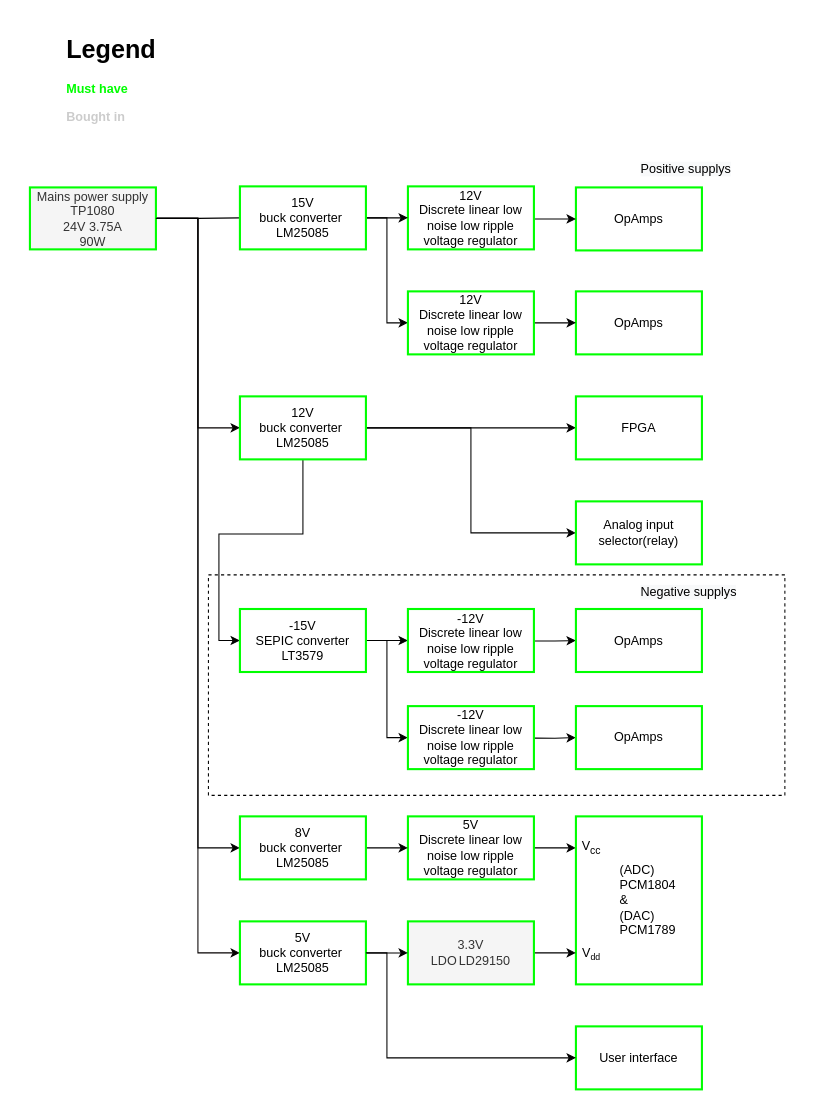
Before: Block diagrams/System design/Power supply.drawio in HeinVerhallen/Audio-DSP, a draw.io diagram. Source tidied: cells renumbered, new cells numbered last; positions are measured from the earlier drawing's top-left corner, leaving out a move shared by most shapes. Both pictures are drawn from the tidied source at 105%, with x=0, y=0 at pixel (29, 28).
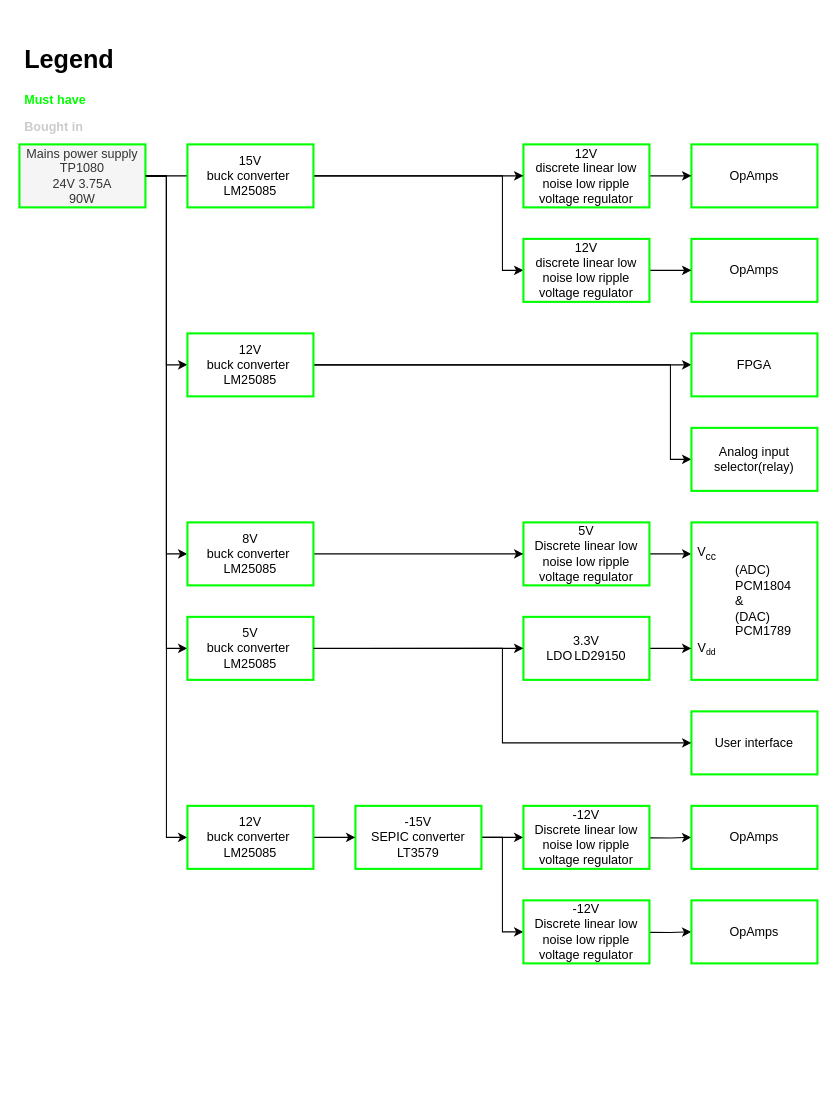
After the change.

What changed in the source:
```diff
@@
-    <mxCell id="2" style="rounded=0;whiteSpace=wrap;html=1;dashed=1;fillColor=none;" parent="1" vertex="1">
-      <mxGeometry x="170" y="520" width="549" height="210" as="geometry" />
-    </mxCell>
-    <mxCell id="3" style="edgeStyle=orthogonalEdgeStyle;rounded=0;jettySize=auto;html=1;entryX=0;entryY=0.5;entryDx=0;entryDy=0;strokeColor=#050001;fontColor=default;" parent="1" edge="1" source="6" target="13">
+    <mxCell id="3" style="edgeStyle=orthogonalEdgeStyle;rounded=0;jettySize=auto;html=1;entryX=0;entryY=0.5;entryDx=0;entryDy=0;strokeColor=#050001;fontColor=default;exitX=1;exitY=0.5;exitDx=0;exitDy=0;" parent="1" edge="1" source="6" target="13">
       <mxGeometry relative="1" as="geometry">
         <Array as="points">
-          <mxPoint x="160" y="181" />
-          <mxPoint x="160" y="380" />
+          <mxPoint x="130" y="140" />
+          <mxPoint x="130" y="320" />
         </Array>
       </mxGeometry>
     </mxCell>
     <mxCell id="4" style="edgeStyle=orthogonalEdgeStyle;rounded=0;jettySize=auto;html=1;entryX=0;entryY=0.5;entryDx=0;entryDy=0;strokeColor=#050001;fontColor=default;" parent="1" edge="1" source="6" target="34">
       <mxGeometry relative="1" as="geometry">
         <Array as="points">
-          <mxPoint x="160" y="180" />
-          <mxPoint x="160" y="880" />
+          <mxPoint x="130" y="140" />
+          <mxPoint x="130" y="590" />
         </Array>
       </mxGeometry>
     </mxCell>
-    <mxCell id="5" style="edgeStyle=orthogonalEdgeStyle;rounded=0;jettySize=auto;html=1;entryX=0;entryY=0.5;entryDx=0;entryDy=0;" parent="1" edge="1" source="6" target="33">
+    <mxCell id="5" style="edgeStyle=orthogonalEdgeStyle;rounded=0;jettySize=auto;html=1;entryX=0;entryY=0.5;entryDx=0;entryDy=0;" parent="1" edge="1" target="33">
       <mxGeometry relative="1" as="geometry">
+        <mxPoint x="110" y="140" as="sourcePoint" />
         <Array as="points">
-          <mxPoint x="160" y="180" />
-          <mxPoint x="160" y="780" />
+          <mxPoint x="130" y="140" />
+          <mxPoint x="130" y="500" />
         </Array>
       </mxGeometry>
     </mxCell>
+    <mxCell id="50" style="edgeStyle=orthogonalEdgeStyle;rounded=0;jettySize=auto;html=1;exitX=1;exitY=0.5;exitDx=0;exitDy=0;entryX=0;entryY=0.5;entryDx=0;entryDy=0;" parent="1" edge="1" source="6" target="52">
+      <mxGeometry relative="1" as="geometry">
+        <Array as="points">
+          <mxPoint x="130" y="140" />
+          <mxPoint x="130" y="770" />
+        </Array>
+      </mxGeometry>
+    </mxCell>
     <mxCell id="6" value="Mains power supply&lt;br&gt;TP1080&lt;br&gt;24V 3.75A&lt;br&gt;90W" style="rounded=0;whiteSpace=wrap;html=1;strokeColor=#00FF00;strokeWidth=2;fillColor=#f5f5f5;fontColor=#333333;" parent="1" vertex="1">
-      <mxGeometry y="151" width="120" height="59" as="geometry" />
+      <mxGeometry x="-10" y="110" width="120" height="60" as="geometry" />
     </mxCell>
     <mxCell id="7" value="OpAmps" style="rounded=0;whiteSpace=wrap;html=1;strokeColor=#00FF00;strokeWidth=2;" parent="1" vertex="1">
-      <mxGeometry x="520" y="151" width="120" height="60" as="geometry" />
+      <mxGeometry x="630" y="110" width="120" height="60" as="geometry" />
     </mxCell>
@@
     <mxCell id="9" value="5V &lt;br&gt;Discrete linear low noise low ripple voltage regulator" style="rounded=0;whiteSpace=wrap;html=1;strokeColor=#00FF00;strokeWidth=2;" parent="1" vertex="1">
-      <mxGeometry x="360" y="750" width="120" height="60" as="geometry" />
+      <mxGeometry x="470" y="470" width="120" height="60" as="geometry" />
     </mxCell>
@@
     <mxCell id="11" style="edgeStyle=orthogonalEdgeStyle;rounded=0;jettySize=auto;html=1;entryX=0;entryY=0.5;entryDx=0;entryDy=0;" parent="1" edge="1" source="13" target="16">
-      <mxGeometry relative="1" as="geometry" />
+      <mxGeometry relative="1" as="geometry">
+        <Array as="points">
+          <mxPoint x="610" y="320" />
+          <mxPoint x="610" y="410" />
+        </Array>
+      </mxGeometry>
     </mxCell>
-    <mxCell id="12" style="edgeStyle=orthogonalEdgeStyle;rounded=0;jettySize=auto;html=1;entryX=0;entryY=0.5;entryDx=0;entryDy=0;" parent="1" edge="1" source="13" target="39">
-      <mxGeometry relative="1" as="geometry">
-        <Array as="points">
-          <mxPoint x="260" y="481" />
-          <mxPoint x="180" y="481" />
-          <mxPoint x="180" y="582" />
-        </Array>
-      </mxGeometry>
-    </mxCell>
     <mxCell id="13" value="12V &lt;br&gt;buck converter&amp;nbsp; LM25085" style="rounded=0;whiteSpace=wrap;html=1;strokeColor=#00FF00;strokeWidth=2;" parent="1" vertex="1">
-      <mxGeometry x="200" y="350" width="120" height="60" as="geometry" />
+      <mxGeometry x="150" y="290" width="120" height="60" as="geometry" />
     </mxCell>
     <mxCell id="14" value="FPGA" style="rounded=0;whiteSpace=wrap;html=1;strokeColor=#00FF00;strokeWidth=2;" parent="1" vertex="1">
-      <mxGeometry x="520" y="350" width="120" height="60" as="geometry" />
+      <mxGeometry x="630" y="290" width="120" height="60" as="geometry" />
     </mxCell>
     <mxCell id="15" value="User interface" style="rounded=0;whiteSpace=wrap;html=1;strokeColor=#00FF00;strokeWidth=2;" parent="1" vertex="1">
-      <mxGeometry x="520" y="950" width="120" height="60" as="geometry" />
+      <mxGeometry x="630" y="650" width="120" height="60" as="geometry" />
     </mxCell>
     <mxCell id="16" value="Analog input selector(relay)" style="rounded=0;whiteSpace=wrap;html=1;strokeColor=#00FF00;strokeWidth=2;" parent="1" vertex="1">
-      <mxGeometry x="520" y="450" width="120" height="60" as="geometry" />
+      <mxGeometry x="630" y="380" width="120" height="60" as="geometry" />
     </mxCell>
@@
     <mxCell id="19" value="OpAmps" style="rounded=0;whiteSpace=wrap;html=1;strokeColor=#00FF00;strokeWidth=2;" parent="1" vertex="1">
-      <mxGeometry x="520" y="552.5" width="120" height="60" as="geometry" />
+      <mxGeometry x="630" y="740" width="120" height="60" as="geometry" />
     </mxCell>
-    <mxCell id="20" value="&lt;span style=&quot;color: rgb(0 , 0 , 0) ; font-family: &amp;#34;helvetica&amp;#34; ; font-size: 12px ; font-style: normal ; font-weight: 400 ; letter-spacing: normal ; text-align: center ; text-indent: 0px ; text-transform: none ; word-spacing: 0px ; background-color: rgb(248 , 249 , 250) ; display: inline ; float: none&quot;&gt;Positive supplys&lt;/span&gt;" style="text;whiteSpace=wrap;html=1;strokeColor=none;strokeWidth=2;dashed=1;dashPattern=1 4;" parent="1" vertex="1">
-      <mxGeometry x="580" y="120" width="110" height="30" as="geometry" />
-    </mxCell>
-    <mxCell id="21" value="&lt;span style=&quot;color: rgb(0 , 0 , 0) ; font-family: &amp;#34;helvetica&amp;#34; ; font-size: 12px ; font-style: normal ; font-weight: 400 ; letter-spacing: normal ; text-align: center ; text-indent: 0px ; text-transform: none ; word-spacing: 0px ; background-color: rgb(248 , 249 , 250) ; display: inline ; float: none&quot;&gt;Negative supplys&lt;/span&gt;" style="text;whiteSpace=wrap;html=1;strokeColor=none;strokeWidth=1;dashed=1;" parent="1" vertex="1">
-      <mxGeometry x="580" y="522.5" width="110" height="30" as="geometry" />
-    </mxCell>
     <mxCell id="22" value="&lt;blockquote style=&quot;margin: 0 0 0 40px; border: none; padding: 0px;&quot;&gt;&lt;p style=&quot;line-height: 120%;&quot;&gt;(ADC) PCM1804 &lt;br&gt;&amp;amp; &lt;br&gt;(DAC) PCM1789&lt;/p&gt;&lt;/blockquote&gt;" style="rounded=0;whiteSpace=wrap;html=1;shadow=0;fillColor=none;align=left;strokeColor=#00FF00;strokeWidth=2;" parent="1" vertex="1">
-      <mxGeometry x="520" y="750" width="120" height="160" as="geometry" />
+      <mxGeometry x="630" y="470" width="120" height="150" as="geometry" />
     </mxCell>
     <mxCell id="23" value="V&lt;sub&gt;cc&lt;/sub&gt;" style="rounded=0;whiteSpace=wrap;html=1;shadow=0;dashed=1;fontColor=#000000;fillColor=none;strokeColor=none;strokeWidth=2;" parent="1" vertex="1">
-      <mxGeometry x="520" y="757.5" width="30" height="45" as="geometry" />
+      <mxGeometry x="630" y="477.5" width="30" height="45" as="geometry" />
     </mxCell>
@@
-    <mxCell id="25" value="3.3V &lt;br&gt;LDO&lt;span style=&quot;white-space: pre;&quot;&gt;&#9;&lt;/span&gt;LD29150" style="rounded=0;whiteSpace=wrap;html=1;strokeColor=#00FF00;strokeWidth=2;fillColor=#f5f5f5;fontColor=#333333;" parent="1" vertex="1">
-      <mxGeometry x="360" y="850" width="120" height="60" as="geometry" />
+    <mxCell id="25" value="3.3V &lt;br&gt;LDO&lt;span style=&quot;white-space: pre;&quot;&gt;&#9;&lt;/span&gt;LD29150" style="rounded=0;whiteSpace=wrap;html=1;strokeWidth=2;strokeColor=#00FF00;" parent="1" vertex="1">
+      <mxGeometry x="470" y="560" width="120" height="60" as="geometry" />
     </mxCell>
     <mxCell id="26" style="edgeStyle=orthogonalEdgeStyle;rounded=0;orthogonalLoop=1;jettySize=auto;html=1;exitX=0.5;exitY=1;exitDx=0;exitDy=0;strokeColor=#00FF00;fontColor=default;strokeWidth=2;" parent="1" edge="1">
       <mxGeometry relative="1" as="geometry">
-        <mxPoint x="430.5" y="590" as="sourcePoint" />
-        <mxPoint x="430.5" y="590" as="targetPoint" />
+        <mxPoint x="540.5" y="800" as="sourcePoint" />
+        <mxPoint x="540.5" y="800" as="targetPoint" />
       </mxGeometry>
     </mxCell>
     <mxCell id="27" style="edgeStyle=orthogonalEdgeStyle;rounded=0;jettySize=auto;html=1;entryX=0;entryY=0.5;entryDx=0;entryDy=0;strokeColor=#000000;fontColor=default;exitX=1.003;exitY=0.501;exitDx=0;exitDy=0;exitPerimeter=0;strokeWidth=1;" parent="1" edge="1" source="34" target="25">
       <mxGeometry relative="1" as="geometry">
         <Array as="points">
-          <mxPoint x="340" y="880" />
-          <mxPoint x="340" y="880" />
+          <mxPoint x="310" y="590" />
+          <mxPoint x="310" y="590" />
         </Array>
       </mxGeometry>
     </mxCell>
@@
     <mxCell id="30" value="V&lt;span style=&quot;font-size: 10px;&quot;&gt;&lt;sub&gt;dd&lt;/sub&gt;&lt;/span&gt;" style="rounded=0;whiteSpace=wrap;html=1;shadow=0;dashed=1;fontColor=#000000;fillColor=none;strokeColor=none;strokeWidth=2;" parent="1" vertex="1">
-      <mxGeometry x="520" y="857.5" width="30" height="45" as="geometry" />
+      <mxGeometry x="630" y="567.5" width="30" height="45" as="geometry" />
     </mxCell>
-    <mxCell id="31" style="edgeStyle=orthogonalEdgeStyle;rounded=0;jettySize=auto;html=1;entryX=0;entryY=0.5;entryDx=0;entryDy=0;strokeColor=#000000;strokeWidth=1;" parent="1" edge="1" source="32" target="7">
-      <mxGeometry relative="1" as="geometry">
-        <Array as="points">
-          <mxPoint x="520" y="181" />
-          <mxPoint x="520" y="181" />
-        </Array>
-      </mxGeometry>
+    <mxCell id="31" style="edgeStyle=orthogonalEdgeStyle;rounded=0;jettySize=auto;html=1;entryX=0;entryY=0.5;entryDx=0;entryDy=0;strokeColor=#000000;strokeWidth=1;exitX=1;exitY=0.5;exitDx=0;exitDy=0;" parent="1" edge="1" source="32" target="7">
+      <mxGeometry relative="1" as="geometry" />
     </mxCell>
-    <mxCell id="32" value="12V &lt;br&gt;Discrete linear low noise low ripple voltage regulator" style="rounded=0;whiteSpace=wrap;html=1;strokeColor=#00FF00;strokeWidth=2;" parent="1" vertex="1">
-      <mxGeometry x="360" y="150" width="120" height="60" as="geometry" />
+    <mxCell id="32" value="12V &lt;br&gt;discrete linear low noise low ripple voltage regulator" style="rounded=0;whiteSpace=wrap;html=1;strokeColor=#00FF00;strokeWidth=2;" parent="1" vertex="1">
+      <mxGeometry x="470" y="110" width="120" height="60" as="geometry" />
     </mxCell>
     <mxCell id="33" value="8V &lt;br&gt;buck converter&amp;nbsp; LM25085" style="rounded=0;whiteSpace=wrap;html=1;strokeColor=#00FF00;strokeWidth=2;" parent="1" vertex="1">
-      <mxGeometry x="200" y="750" width="120" height="60" as="geometry" />
+      <mxGeometry x="150" y="470" width="120" height="60" as="geometry" />
     </mxCell>
     <mxCell id="34" value="5V &lt;br&gt;buck converter&amp;nbsp; LM25085" style="rounded=0;whiteSpace=wrap;html=1;strokeColor=#00FF00;strokeWidth=2;" parent="1" vertex="1">
-      <mxGeometry x="200" y="850" width="120" height="60" as="geometry" />
+      <mxGeometry x="150" y="560" width="120" height="60" as="geometry" />
     </mxCell>
-    <mxCell id="35" style="edgeStyle=orthogonalEdgeStyle;rounded=0;jettySize=auto;html=1;strokeColor=#000000;strokeWidth=1;fontColor=#000000;" parent="1" edge="1" source="37" target="32">
+    <mxCell id="35" style="edgeStyle=orthogonalEdgeStyle;rounded=0;jettySize=auto;html=1;strokeColor=#000000;strokeWidth=1;fontColor=#000000;entryX=0;entryY=0.5;entryDx=0;entryDy=0;exitX=1;exitY=0.5;exitDx=0;exitDy=0;" parent="1" edge="1" source="37" target="32">
       <mxGeometry relative="1" as="geometry" />
     </mxCell>
     <mxCell id="36" style="edgeStyle=orthogonalEdgeStyle;rounded=0;jettySize=auto;html=1;entryX=0;entryY=0.5;entryDx=0;entryDy=0;" parent="1" edge="1" source="37" target="49">
-      <mxGeometry relative="1" as="geometry" />
+      <mxGeometry relative="1" as="geometry">
+        <Array as="points">
+          <mxPoint x="450" y="140" />
+          <mxPoint x="450" y="230" />
+        </Array>
+      </mxGeometry>
     </mxCell>
     <mxCell id="37" value="15V &lt;br&gt;buck converter&amp;nbsp; LM25085" style="rounded=0;whiteSpace=wrap;html=1;strokeColor=#00FF00;strokeWidth=2;" parent="1" vertex="1">
-      <mxGeometry x="200" y="150" width="120" height="60" as="geometry" />
+      <mxGeometry x="150" y="110" width="120" height="60" as="geometry" />
     </mxCell>
@@
     <mxCell id="39" value="-15V &lt;br&gt;SEPIC converter&lt;br&gt;LT3579" style="rounded=0;whiteSpace=wrap;html=1;strokeColor=#00FF00;strokeWidth=2;" parent="1" vertex="1">
-      <mxGeometry x="200" y="552.5" width="120" height="60" as="geometry" />
+      <mxGeometry x="310" y="740" width="120" height="60" as="geometry" />
     </mxCell>
     <mxCell id="40" value="-12V &lt;br&gt;Discrete linear low noise low ripple voltage regulator" style="rounded=0;whiteSpace=wrap;html=1;strokeColor=#00FF00;strokeWidth=2;" parent="1" vertex="1">
-      <mxGeometry x="360" y="552.5" width="120" height="60" as="geometry" />
+      <mxGeometry x="470" y="740" width="120" height="60" as="geometry" />
     </mxCell>
     <mxCell id="41" value="&lt;h1&gt;Legend&lt;/h1&gt;&lt;p&gt;&lt;font color=&quot;#00ff00&quot;&gt;&lt;b&gt;Must have&lt;/b&gt;&lt;/font&gt;&lt;/p&gt;&lt;p&gt;&lt;font color=&quot;#cccccc&quot;&gt;&lt;b&gt;Bought in&lt;/b&gt;&lt;/font&gt;&lt;/p&gt;" style="text;html=1;strokeColor=none;fillColor=none;spacing=5;spacingTop=-20;whiteSpace=wrap;overflow=hidden;rounded=0;" parent="1" vertex="1">
-      <mxGeometry x="30" width="100" height="120" as="geometry" />
+      <mxGeometry x="-10" y="10" width="100" height="100" as="geometry" />
     </mxCell>
     <mxCell id="42" style="edgeStyle=orthogonalEdgeStyle;rounded=0;jettySize=auto;html=1;entryX=0;entryY=0.5;entryDx=0;entryDy=0;strokeColor=#000000;strokeWidth=1;" parent="1" edge="1" source="34" target="15">
       <mxGeometry relative="1" as="geometry">
         <Array as="points">
-          <mxPoint x="340" y="880" />
-          <mxPoint x="340" y="980" />
+          <mxPoint x="450" y="590" />
+          <mxPoint x="450" y="680" />
         </Array>
       </mxGeometry>
     </mxCell>
@@
     <mxCell id="44" value="OpAmps" style="rounded=0;whiteSpace=wrap;html=1;strokeColor=#00FF00;strokeWidth=2;" parent="1" vertex="1">
-      <mxGeometry x="520" y="645" width="120" height="60" as="geometry" />
+      <mxGeometry x="630" y="830" width="120" height="60" as="geometry" />
     </mxCell>
     <mxCell id="45" style="edgeStyle=orthogonalEdgeStyle;rounded=0;orthogonalLoop=1;jettySize=auto;html=1;exitX=0.5;exitY=1;exitDx=0;exitDy=0;strokeColor=#00FF00;fontColor=default;strokeWidth=2;" parent="1" edge="1">
       <mxGeometry relative="1" as="geometry">
-        <mxPoint x="430.5" y="682.5" as="sourcePoint" />
-        <mxPoint x="430.5" y="682.5" as="targetPoint" />
+        <mxPoint x="540.5" y="892.5" as="sourcePoint" />
+        <mxPoint x="540.5" y="892.5" as="targetPoint" />
       </mxGeometry>
     </mxCell>
     <mxCell id="46" value="-12V &lt;br&gt;Discrete linear low noise low ripple voltage regulator" style="rounded=0;whiteSpace=wrap;html=1;strokeColor=#00FF00;strokeWidth=2;" parent="1" vertex="1">
-      <mxGeometry x="360" y="645" width="120" height="60" as="geometry" />
+      <mxGeometry x="470" y="830" width="120" height="60" as="geometry" />
     </mxCell>
     <mxCell id="47" value="OpAmps" style="rounded=0;whiteSpace=wrap;html=1;strokeColor=#00FF00;strokeWidth=2;" parent="1" vertex="1">
-      <mxGeometry x="520" y="250" width="120" height="60" as="geometry" />
+      <mxGeometry x="630" y="200" width="120" height="60" as="geometry" />
     </mxCell>
-    <mxCell id="48" style="edgeStyle=orthogonalEdgeStyle;rounded=0;jettySize=auto;html=1;entryX=0;entryY=0.5;entryDx=0;entryDy=0;strokeColor=#000000;strokeWidth=1;" parent="1" edge="1" source="49" target="47">
-      <mxGeometry relative="1" as="geometry">
-        <Array as="points">
-          <mxPoint x="500" y="280" />
-          <mxPoint x="500" y="280" />
-        </Array>
-      </mxGeometry>
+    <mxCell id="48" style="edgeStyle=orthogonalEdgeStyle;rounded=0;jettySize=auto;html=1;" parent="1" edge="1" source="49" target="47">
+      <mxGeometry relative="1" as="geometry" />
     </mxCell>
-    <mxCell id="49" value="12V &lt;br&gt;Discrete linear low noise low ripple voltage regulator" style="rounded=0;whiteSpace=wrap;html=1;strokeColor=#00FF00;strokeWidth=2;" parent="1" vertex="1">
-      <mxGeometry x="360" y="250" width="120" height="60" as="geometry" />
+    <mxCell id="49" value="12V &lt;br&gt;discrete linear low noise low ripple voltage regulator" style="rounded=0;whiteSpace=wrap;html=1;strokeColor=#00FF00;strokeWidth=2;" parent="1" vertex="1">
+      <mxGeometry x="470" y="200" width="120" height="60" as="geometry" />
     </mxCell>
+    <mxCell id="51" style="edgeStyle=orthogonalEdgeStyle;rounded=0;jettySize=auto;html=1;" parent="1" edge="1" source="52" target="39">
+      <mxGeometry relative="1" as="geometry" />
+    </mxCell>
+    <mxCell id="52" value="12V &lt;br&gt;buck converter&amp;nbsp; LM25085" style="rounded=0;whiteSpace=wrap;html=1;strokeColor=#00FF00;strokeWidth=2;" parent="1" vertex="1">
+      <mxGeometry x="150" y="740" width="120" height="60" as="geometry" />
+    </mxCell>
```
